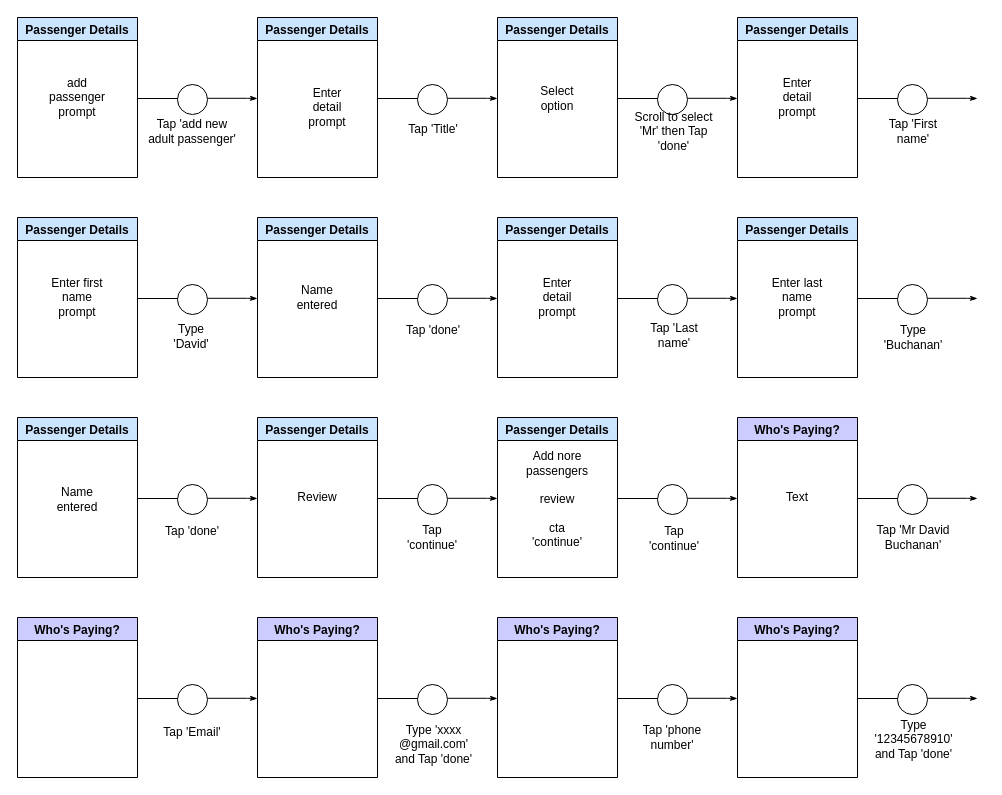
Above: page "Page-2" (2 of 3) of Untitled Diagram.drawio in davidjbuchanan/todo_pretty_printed_example (draw.io), before the change. Source tidied: cells renumbered, new cells numbered last; positions are measured from the earlier drawing's top-left corner, leaving out a move shared by most shapes. Both pictures are drawn from the tidied source at 100%, with x=0, y=0 at pixel (17, 17).
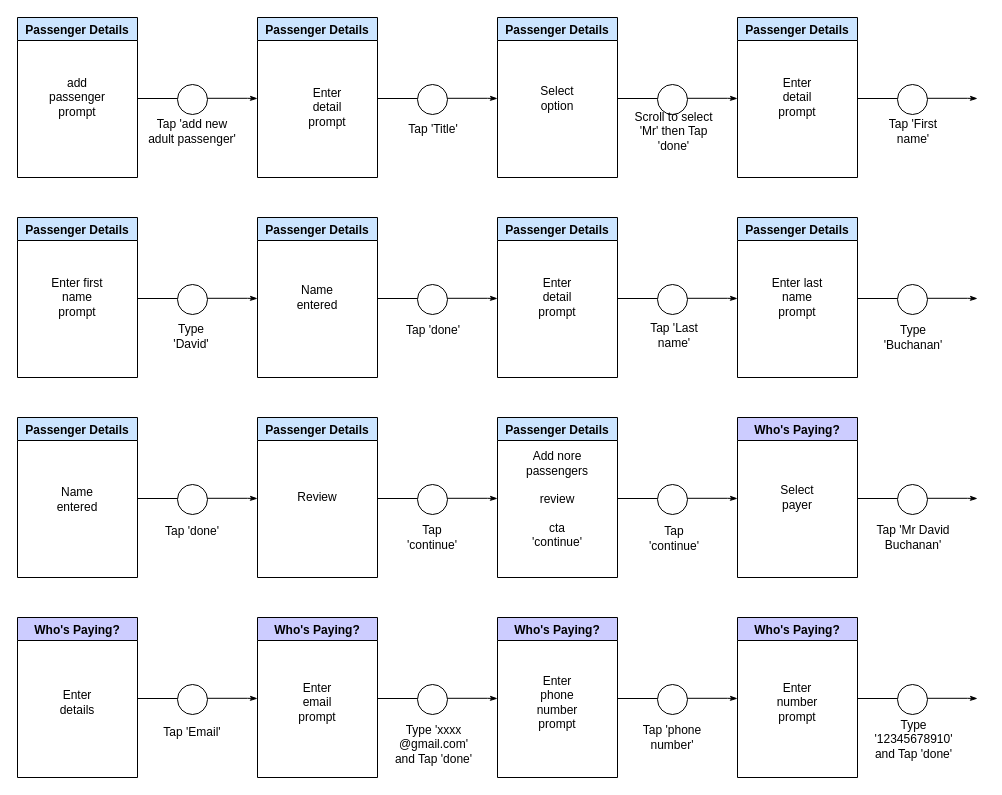
The same diagram, later.

Unchanged cells that the change refers to:
```xml
<mxCell id="57" value="Who's Paying?" style="swimlane;fillColor=#CCCCFF;" parent="1" vertex="1">
  <mxGeometry x="720" y="400" width="120" height="160" as="geometry" />
</mxCell>
<mxCell id="62" value="Who's Paying?" style="swimlane;fillColor=#CCCCFF;" parent="1" vertex="1">
  <mxGeometry y="600" width="120" height="160" as="geometry" />
</mxCell>
<mxCell id="66" value="Who's Paying?" style="swimlane;fillColor=#CCCCFF;" parent="1" vertex="1">
  <mxGeometry x="240" y="600" width="120" height="160" as="geometry" />
</mxCell>
<mxCell id="70" value="Who's Paying?" style="swimlane;startSize=23;fillColor=#CCCCFF;" parent="1" vertex="1">
  <mxGeometry x="480" y="600" width="120" height="160" as="geometry" />
</mxCell>
<mxCell id="74" value="Who's Paying?" style="swimlane;fillColor=#CCCCFF;" parent="1" vertex="1">
  <mxGeometry x="720" y="600" width="120" height="160" as="geometry" />
</mxCell>
```

Diff of the diagram source:
```diff
@@
-    <mxCell id="58" value="Text" style="text;html=1;strokeColor=none;fillColor=none;align=center;verticalAlign=middle;whiteSpace=wrap;rounded=0;labelBackgroundColor=none;labelBorderColor=none;" parent="57" vertex="1">
+    <mxCell id="58" value="Select payer" style="text;html=1;strokeColor=none;fillColor=none;align=center;verticalAlign=middle;whiteSpace=wrap;rounded=0;labelBackgroundColor=none;labelBorderColor=none;" parent="57" vertex="1">
       <mxGeometry x="30" y="65" width="60" height="30" as="geometry" />
     </mxCell>
@@
+    <mxCell id="94" value="Enter details" style="text;html=1;strokeColor=none;fillColor=none;align=center;verticalAlign=middle;whiteSpace=wrap;rounded=0;" parent="62" vertex="1">
+      <mxGeometry x="30" y="70" width="60" height="30" as="geometry" />
+    </mxCell>
@@
+    <mxCell id="95" value="Enter email prompt" style="text;html=1;strokeColor=none;fillColor=none;align=center;verticalAlign=middle;whiteSpace=wrap;rounded=0;" parent="66" vertex="1">
+      <mxGeometry x="30" y="70" width="60" height="30" as="geometry" />
+    </mxCell>
@@
+    <mxCell id="96" value="Enter phone number prompt" style="text;html=1;strokeColor=none;fillColor=none;align=center;verticalAlign=middle;whiteSpace=wrap;rounded=0;" parent="70" vertex="1">
+      <mxGeometry x="30" y="70" width="60" height="30" as="geometry" />
+    </mxCell>
@@
+    <mxCell id="97" value="Enter number prompt" style="text;html=1;strokeColor=none;fillColor=none;align=center;verticalAlign=middle;whiteSpace=wrap;rounded=0;" parent="74" vertex="1">
+      <mxGeometry x="30" y="70" width="60" height="30" as="geometry" />
+    </mxCell>
```
